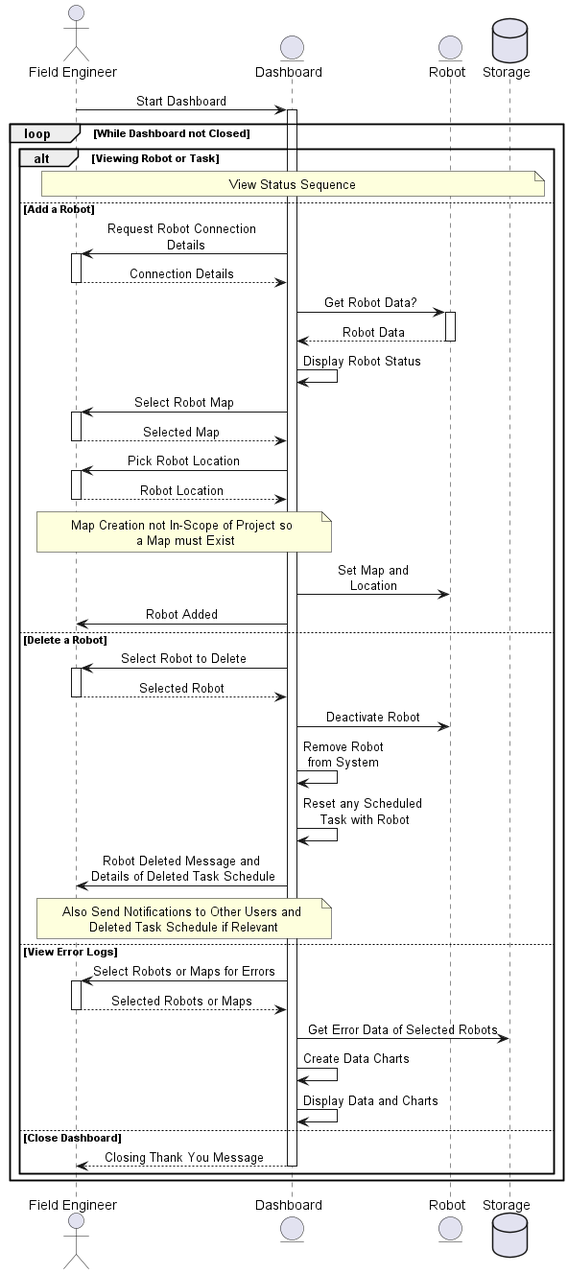
Earlier version of the PlantUML export docs/design/png_files/field_engineer.png (ur-swe-fa24/main-project-snoopy-corp).
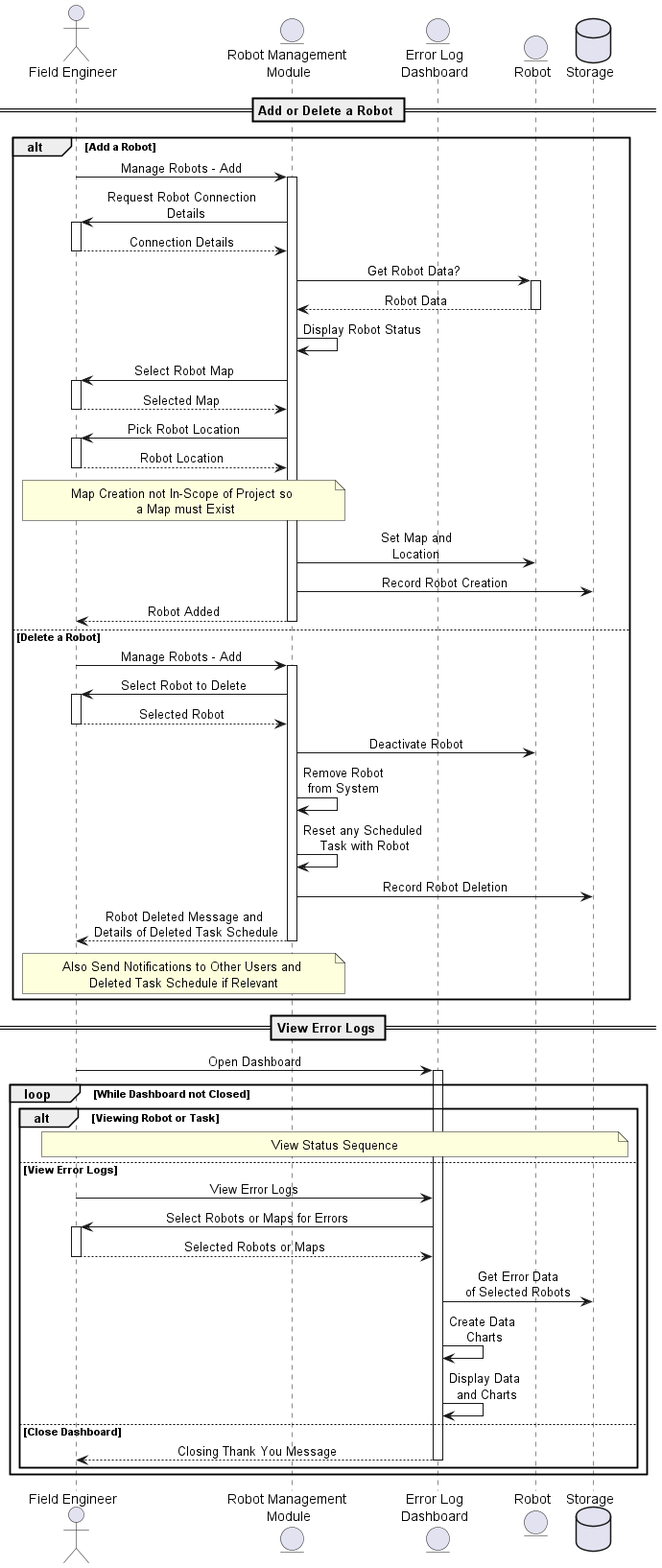
After the change.

What changed in the source:
```diff
@@ -3,48 +3,61 @@
 skinparam sequenceMessageAlign center
 skinparam NoteTextAlignment center
 actor Field_Engineer as "Field Engineer"
-entity Dashboard
+entity Manage_Robots as "Robot Management \nModule"
+entity Dashboard as "Error Log\nDashboard"
 entity Robot
 database Storage
 
-Field_Engineer -> Dashboard: Start Dashboard
+== Add or Delete a Robot ==
+alt Add a Robot
+    Field_Engineer -> Manage_Robots: Manage Robots - Add
+    activate Manage_Robots
+    Manage_Robots -> Field_Engineer: Request Robot Connection \n Details
+    activate Field_Engineer
+    return Connection Details
+    Manage_Robots -> Robot: Get Robot Data?
+    activate Robot
+    return Robot Data
+    Manage_Robots -> Manage_Robots: Display Robot Status
+    Manage_Robots -> Field_Engineer: Select Robot Map
+    activate Field_Engineer
+    return Selected Map
+    Manage_Robots -> Field_Engineer: Pick Robot Location
+    activate Field_Engineer
+    return Robot Location
+    note over Field_Engineer, Manage_Robots: Map Creation not In-Scope of Project so \n a Map must Exist
+    Manage_Robots -> Robot: Set Map and\nLocation
+    Manage_Robots -> Storage: Record Robot Creation
+    return Robot Added
+else Delete a Robot
+    Field_Engineer -> Manage_Robots: Manage Robots - Add
+    activate Manage_Robots
+    Manage_Robots -> Field_Engineer: Select Robot to Delete
+    activate Field_Engineer
+    return Selected Robot
+    Manage_Robots -> Robot: Deactivate Robot
+    Manage_Robots -> Manage_Robots: Remove Robot\nfrom System
+    Manage_Robots -> Manage_Robots: Reset any Scheduled \nTask with Robot
+    Manage_Robots -> Storage: Record Robot Deletion
+    Manage_Robots --> Field_Engineer: Robot Deleted Message and\n Details of Deleted Task Schedule
+    note over Field_Engineer, Manage_Robots: Also Send Notifications to Other Users and \nDeleted Task Schedule if Relevant
+    deactivate Manage_Robots
+end
+
+== View Error Logs ==
+Field_Engineer -> Dashboard: Open Dashboard
 activate Dashboard
 loop While Dashboard not Closed
 alt Viewing Robot or Task
     note across: View Status Sequence
-else Add a Robot
-    Dashboard -> Field_Engineer: Request Robot Connection \n Details
-    activate Field_Engineer
-    return Connection Details
-    Dashboard -> Robot: Get Robot Data?
-    activate Robot
-    return Robot Data
-    Dashboard -> Dashboard: Display Robot Status
-    Dashboard -> Field_Engineer: Select Robot Map
-    activate Field_Engineer
-    return Selected Map
-    Dashboard -> Field_Engineer: Pick Robot Location
-    activate Field_Engineer
-    return Robot Location
-    note over Field_Engineer, Dashboard: Map Creation not In-Scope of Project so \n a Map must Exist
-    Dashboard -> Robot: Set Map and\nLocation
-    Dashboard -> Field_Engineer: Robot Added
-else Delete a Robot
-    Dashboard -> Field_Engineer: Select Robot to Delete
-    activate Field_Engineer
-    return Selected Robot
-    Dashboard -> Robot: Deactivate Robot
-    Dashboard -> Dashboard: Remove Robot\nfrom System
-    Dashboard -> Dashboard: Reset any Scheduled \nTask with Robot
-    Dashboard -> Field_Engineer: Robot Deleted Message and\n Details of Deleted Task Schedule
-    note over Field_Engineer, Dashboard: Also Send Notifications to Other Users and \nDeleted Task Schedule if Relevant
 else View Error Logs
+    Field_Engineer -> Dashboard: View Error Logs
     Dashboard -> Field_Engineer: Select Robots or Maps for Errors
     activate Field_Engineer
     return Selected Robots or Maps
-    Dashboard -> Storage: Get Error Data of Selected Robots
-    Dashboard -> Dashboard: Create Data Charts
-    Dashboard -> Dashboard: Display Data and Charts
+    Dashboard -> Storage: Get Error Data\nof Selected Robots
+    Dashboard -> Dashboard: Create Data \nCharts
+    Dashboard -> Dashboard: Display Data \nand Charts
 else Close Dashboard
     return Closing Thank You Message
 end
```
